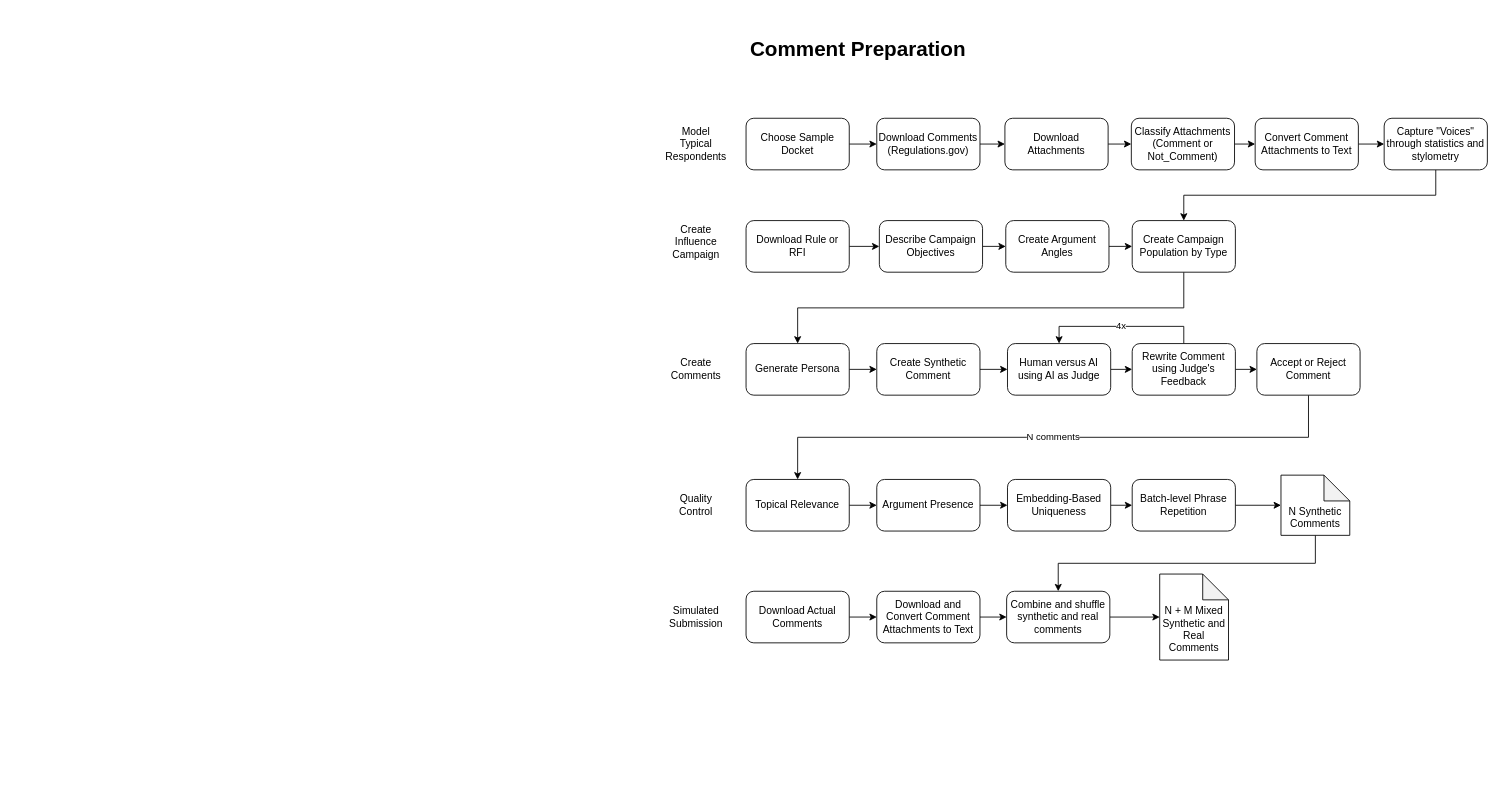
markkramerus/slop keeps this draw.io diagram as comment generation process.drawio. Above is the earlier version. Source tidied: cells renumbered, new cells numbered last; positions are measured from the earlier drawing's top-left corner, leaving out a move shared by most shapes. Both pictures are drawn from the tidied source at 86%, with x=0, y=0 at pixel (670, 32).
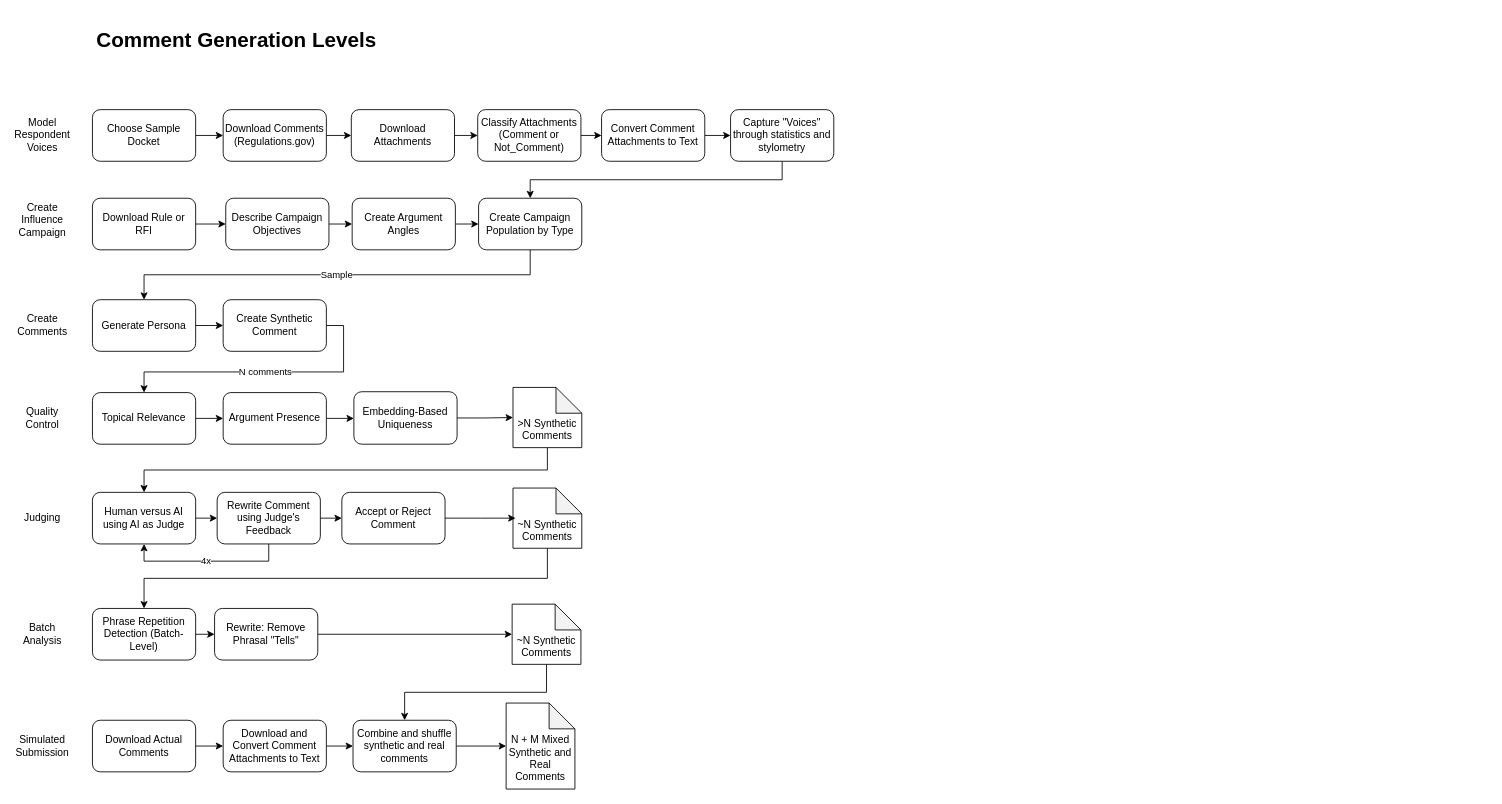
After the change.

What changed in the source:
```diff
@@
     <mxCell id="3" value="Choose Sample Docket" style="rounded=1;whiteSpace=wrap;html=1;" parent="1" vertex="1">
-      <mxGeometry x="88" y="100" width="120" height="60" as="geometry" />
+      <mxGeometry x="-672" y="90" width="120" height="60" as="geometry" />
     </mxCell>
@@
     <mxCell id="5" value="Download Comments (Regulations.gov)" style="rounded=1;whiteSpace=wrap;html=1;" parent="1" vertex="1">
-      <mxGeometry x="240" y="100" width="120" height="60" as="geometry" />
+      <mxGeometry x="-520" y="90" width="120" height="60" as="geometry" />
     </mxCell>
@@
     <mxCell id="7" value="Download Attachments" style="rounded=1;whiteSpace=wrap;html=1;" parent="1" vertex="1">
-      <mxGeometry x="389" y="100" width="120" height="60" as="geometry" />
+      <mxGeometry x="-371" y="90" width="120" height="60" as="geometry" />
     </mxCell>
@@
     <mxCell id="9" value="Classify Attachments (Comment or Not_Comment)" style="rounded=1;whiteSpace=wrap;html=1;" parent="1" vertex="1">
-      <mxGeometry x="536" y="100" width="120" height="60" as="geometry" />
+      <mxGeometry x="-224" y="90" width="120" height="60" as="geometry" />
     </mxCell>
@@
     <mxCell id="11" value="Convert Comment Attachments to Text" style="rounded=1;whiteSpace=wrap;html=1;" parent="1" vertex="1">
-      <mxGeometry x="680" y="100" width="120" height="60" as="geometry" />
+      <mxGeometry x="-80" y="90" width="120" height="60" as="geometry" />
     </mxCell>
@@
     <mxCell id="13" value="Capture &quot;Voices&quot; through statistics and stylometry" style="rounded=1;whiteSpace=wrap;html=1;" parent="1" vertex="1">
-      <mxGeometry x="830" y="100" width="120" height="60" as="geometry" />
+      <mxGeometry x="70" y="90" width="120" height="60" as="geometry" />
     </mxCell>
@@
     <mxCell id="15" value="Create Argument Angles" style="rounded=1;whiteSpace=wrap;html=1;" parent="1" vertex="1">
-      <mxGeometry x="390" y="219" width="120" height="60" as="geometry" />
+      <mxGeometry x="-370" y="193" width="120" height="60" as="geometry" />
     </mxCell>
-    <mxCell id="16" style="edgeStyle=orthogonalEdgeStyle;rounded=0;jettySize=auto;html=1;exitX=1;exitY=0.5;exitDx=0;exitDy=0;entryX=0;entryY=0.5;entryDx=0;entryDy=0;" parent="1" edge="1" source="17" target="32">
-      <mxGeometry relative="1" as="geometry" />
-    </mxCell>
     <mxCell id="17" value="Create Synthetic Comment" style="rounded=1;whiteSpace=wrap;html=1;" parent="1" vertex="1">
-      <mxGeometry x="240" y="362" width="120" height="60" as="geometry" />
+      <mxGeometry x="-520" y="311" width="120" height="60" as="geometry" />
     </mxCell>
-    <mxCell id="18" value="4x" style="edgeStyle=orthogonalEdgeStyle;rounded=0;jettySize=auto;html=1;exitX=0.5;exitY=0;exitDx=0;exitDy=0;entryX=0.5;entryY=0;entryDx=0;entryDy=0;" parent="1" edge="1" source="20" target="32">
+    <mxCell id="18" value="4x" style="edgeStyle=orthogonalEdgeStyle;rounded=0;jettySize=auto;html=1;exitX=0.5;exitY=1;exitDx=0;exitDy=0;entryX=0.5;entryY=1;entryDx=0;entryDy=0;" parent="1" edge="1" source="20" target="32">
       <mxGeometry relative="1" as="geometry" />
     </mxCell>
@@
     <mxCell id="20" value="Rewrite Comment using Judge's Feedback" style="rounded=1;whiteSpace=wrap;html=1;" parent="1" vertex="1">
-      <mxGeometry x="537" y="362" width="120" height="60" as="geometry" />
+      <mxGeometry x="-527" y="535" width="120" height="60" as="geometry" />
     </mxCell>
     <mxCell id="21" value="Create Comments" style="text;html=1;strokeColor=none;fillColor=none;align=center;verticalAlign=middle;whiteSpace=wrap;rounded=0;" parent="1" vertex="1">
-      <mxGeometry y="377" width="60" height="30" as="geometry" />
+      <mxGeometry x="-760" y="326" width="60" height="30" as="geometry" />
     </mxCell>
-    <mxCell id="22" value="Model Typical Respondents" style="text;html=1;strokeColor=none;fillColor=none;align=center;verticalAlign=middle;whiteSpace=wrap;rounded=0;" parent="1" vertex="1">
-      <mxGeometry y="115" width="60" height="30" as="geometry" />
+    <mxCell id="22" value="Model Respondent Voices" style="text;html=1;strokeColor=none;fillColor=none;align=center;verticalAlign=middle;whiteSpace=wrap;rounded=0;" parent="1" vertex="1">
+      <mxGeometry x="-760" y="105" width="60" height="30" as="geometry" />
     </mxCell>
@@
     <mxCell id="24" value="Download Actual Comments" style="rounded=1;whiteSpace=wrap;html=1;" parent="1" vertex="1">
-      <mxGeometry x="88" y="650" width="120" height="60" as="geometry" />
+      <mxGeometry x="-672" y="800" width="120" height="60" as="geometry" />
     </mxCell>
     <mxCell id="25" value="Simulated Submission" style="text;html=1;strokeColor=none;fillColor=none;align=center;verticalAlign=middle;whiteSpace=wrap;rounded=0;" parent="1" vertex="1">
-      <mxGeometry y="665" width="60" height="30" as="geometry" />
+      <mxGeometry x="-760" y="815" width="60" height="30" as="geometry" />
     </mxCell>
@@
     <mxCell id="27" value="Describe Campaign Objectives" style="rounded=1;whiteSpace=wrap;html=1;" parent="1" vertex="1">
-      <mxGeometry x="243" y="219" width="120" height="60" as="geometry" />
+      <mxGeometry x="-517" y="193" width="120" height="60" as="geometry" />
     </mxCell>
@@
     <mxCell id="29" value="Download Rule or RFI" style="rounded=1;whiteSpace=wrap;html=1;" parent="1" vertex="1">
-      <mxGeometry x="88" y="219" width="120" height="60" as="geometry" />
+      <mxGeometry x="-672" y="193" width="120" height="60" as="geometry" />
     </mxCell>
     <mxCell id="30" value="Create Influence Campaign" style="text;html=1;strokeColor=none;fillColor=none;align=center;verticalAlign=middle;whiteSpace=wrap;rounded=0;" parent="1" vertex="1">
-      <mxGeometry y="229" width="60" height="30" as="geometry" />
+      <mxGeometry x="-760" y="203" width="60" height="30" as="geometry" />
     </mxCell>
@@
     <mxCell id="32" value="Human versus AI using AI as Judge" style="rounded=1;whiteSpace=wrap;html=1;" parent="1" vertex="1">
-      <mxGeometry x="392" y="362" width="120" height="60" as="geometry" />
+      <mxGeometry x="-672" y="535" width="120" height="60" as="geometry" />
     </mxCell>
-    <mxCell id="33" value="N comments" style="edgeStyle=orthogonalEdgeStyle;rounded=0;jettySize=auto;html=1;exitX=0.5;exitY=1;exitDx=0;exitDy=0;entryX=0.5;entryY=0;entryDx=0;entryDy=0;" parent="1" edge="1" source="34" target="36">
+    <mxCell id="33" value="N comments" style="edgeStyle=orthogonalEdgeStyle;rounded=0;jettySize=auto;html=1;exitX=1;exitY=0.5;exitDx=0;exitDy=0;entryX=0.5;entryY=0;entryDx=0;entryDy=0;" parent="1" edge="1" source="17" target="36">
       <mxGeometry relative="1" as="geometry" />
     </mxCell>
     <mxCell id="34" value="Accept or Reject Comment" style="rounded=1;whiteSpace=wrap;html=1;" parent="1" vertex="1">
-      <mxGeometry x="682" y="362" width="120" height="60" as="geometry" />
+      <mxGeometry x="-382" y="535" width="120" height="60" as="geometry" />
     </mxCell>
@@
     <mxCell id="36" value="Topical Relevance" style="rounded=1;whiteSpace=wrap;html=1;" parent="1" vertex="1">
-      <mxGeometry x="88" y="520" width="120" height="60" as="geometry" />
+      <mxGeometry x="-672" y="419" width="120" height="60" as="geometry" />
     </mxCell>
@@
     <mxCell id="38" value="Download and Convert Comment Attachments to Text" style="rounded=1;whiteSpace=wrap;html=1;" parent="1" vertex="1">
-      <mxGeometry x="240" y="650" width="120" height="60" as="geometry" />
+      <mxGeometry x="-520" y="800" width="120" height="60" as="geometry" />
     </mxCell>
@@
     <mxCell id="40" value="Combine and shuffle synthetic and real comments" style="rounded=1;whiteSpace=wrap;html=1;" parent="1" vertex="1">
-      <mxGeometry x="391" y="650" width="120" height="60" as="geometry" />
+      <mxGeometry x="-369" y="800" width="120" height="60" as="geometry" />
     </mxCell>
-    <mxCell id="41" value="&lt;h1&gt;Comment Preparation&lt;/h1&gt;&lt;p&gt;&lt;/p&gt;" style="text;html=1;strokeColor=none;fillColor=none;spacing=5;spacingTop=-20;whiteSpace=wrap;overflow=hidden;rounded=0;" parent="1" vertex="1">
-      <mxGeometry x="88" width="372" height="40" as="geometry" />
+    <mxCell id="41" value="&lt;h1&gt;Comment Generation Levels&lt;/h1&gt;&lt;p&gt;&lt;/p&gt;" style="text;html=1;strokeColor=none;fillColor=none;spacing=5;spacingTop=-20;whiteSpace=wrap;overflow=hidden;rounded=0;" parent="1" vertex="1">
+      <mxGeometry x="-672" y="-10" width="372" height="40" as="geometry" />
     </mxCell>
-    <mxCell id="42" style="edgeStyle=orthogonalEdgeStyle;rounded=0;jettySize=auto;html=1;exitX=0.5;exitY=1;exitDx=0;exitDy=0;exitPerimeter=0;entryX=0.5;entryY=0;entryDx=0;entryDy=0;" parent="1" edge="1" source="43" target="40">
+    <mxCell id="42" style="edgeStyle=orthogonalEdgeStyle;rounded=0;jettySize=auto;html=1;exitX=0.5;exitY=1;exitDx=0;exitDy=0;exitPerimeter=0;entryX=0.5;entryY=0;entryDx=0;entryDy=0;" parent="1" edge="1" source="43" target="32">
       <mxGeometry relative="1" as="geometry" />
     </mxCell>
-    <mxCell id="43" value="&lt;br&gt;&lt;br&gt;N Synthetic Comments" style="shape=note;whiteSpace=wrap;html=1;backgroundOutline=1;darkOpacity=0.05;" parent="1" vertex="1">
-      <mxGeometry x="710" y="515" width="80" height="70" as="geometry" />
+    <mxCell id="43" value="&lt;br&gt;&lt;br&gt;&amp;gt;N Synthetic Comments" style="shape=note;whiteSpace=wrap;html=1;backgroundOutline=1;darkOpacity=0.05;" parent="1" vertex="1">
+      <mxGeometry x="-183" y="413" width="80" height="70" as="geometry" />
     </mxCell>
     <mxCell id="44" value="&lt;br&gt;&lt;br&gt;N + M Mixed Synthetic and Real Comments" style="shape=note;whiteSpace=wrap;html=1;backgroundOutline=1;darkOpacity=0.05;" parent="1" vertex="1">
-      <mxGeometry x="569" y="630" width="80" height="100" as="geometry" />
+      <mxGeometry x="-191" y="780" width="80" height="100" as="geometry" />
     </mxCell>
-    <mxCell id="45" style="edgeStyle=orthogonalEdgeStyle;rounded=0;jettySize=auto;html=1;exitX=0.5;exitY=1;exitDx=0;exitDy=0;entryX=0.5;entryY=0;entryDx=0;entryDy=0;" parent="1" edge="1" source="46" target="48">
+    <mxCell id="45" value="Sample" style="edgeStyle=orthogonalEdgeStyle;rounded=0;jettySize=auto;html=1;exitX=0.5;exitY=1;exitDx=0;exitDy=0;entryX=0.5;entryY=0;entryDx=0;entryDy=0;" parent="1" edge="1" source="46" target="48">
       <mxGeometry relative="1" as="geometry" />
     </mxCell>
     <mxCell id="46" value="Create Campaign Population by Type" style="rounded=1;whiteSpace=wrap;html=1;" parent="1" vertex="1">
-      <mxGeometry x="537" y="219" width="120" height="60" as="geometry" />
+      <mxGeometry x="-223" y="193" width="120" height="60" as="geometry" />
     </mxCell>
@@
     <mxCell id="48" value="Generate Persona" style="rounded=1;whiteSpace=wrap;html=1;" parent="1" vertex="1">
-      <mxGeometry x="88" y="362" width="120" height="60" as="geometry" />
+      <mxGeometry x="-672" y="311" width="120" height="60" as="geometry" />
     </mxCell>
     <mxCell id="49" value="Quality Control" style="text;html=1;strokeColor=none;fillColor=none;align=center;verticalAlign=middle;whiteSpace=wrap;rounded=0;" parent="1" vertex="1">
-      <mxGeometry y="535" width="60" height="30" as="geometry" />
+      <mxGeometry x="-760" y="434" width="60" height="30" as="geometry" />
     </mxCell>
@@
     <mxCell id="51" value="Argument Presence" style="rounded=1;whiteSpace=wrap;html=1;" parent="1" vertex="1">
-      <mxGeometry x="240" y="520" width="120" height="60" as="geometry" />
+      <mxGeometry x="-520" y="419" width="120" height="60" as="geometry" />
     </mxCell>
-    <mxCell id="52" style="edgeStyle=orthogonalEdgeStyle;rounded=0;jettySize=auto;html=1;exitX=1;exitY=0.5;exitDx=0;exitDy=0;entryX=0;entryY=0.5;entryDx=0;entryDy=0;entryPerimeter=0;" parent="1" edge="1" source="53" target="43">
+    <mxCell id="52" style="edgeStyle=orthogonalEdgeStyle;rounded=0;jettySize=auto;html=1;exitX=1;exitY=0.5;exitDx=0;exitDy=0;entryX=0;entryY=0.5;entryDx=0;entryDy=0;entryPerimeter=0;" parent="1" edge="1" source="55" target="43">
       <mxGeometry relative="1" as="geometry" />
     </mxCell>
+    <mxCell id="56" style="edgeStyle=orthogonalEdgeStyle;rounded=0;jettySize=auto;html=1;exitX=1;exitY=0.5;exitDx=0;exitDy=0;entryX=0;entryY=0.5;entryDx=0;entryDy=0;" parent="1" edge="1" source="53" target="59">
+      <mxGeometry relative="1" as="geometry" />
+    </mxCell>
-    <mxCell id="53" value="Batch-level Phrase Repetition" style="rounded=1;whiteSpace=wrap;html=1;" parent="1" vertex="1">
-      <mxGeometry x="537" y="520" width="120" height="60" as="geometry" />
+    <mxCell id="53" value="Phrase Repetition Detection (Batch-Level)" style="rounded=1;whiteSpace=wrap;html=1;" parent="1" vertex="1">
+      <mxGeometry x="-672" y="670" width="120" height="60" as="geometry" />
     </mxCell>
-    <mxCell id="54" style="edgeStyle=orthogonalEdgeStyle;rounded=0;jettySize=auto;html=1;exitX=1;exitY=0.5;exitDx=0;exitDy=0;entryX=0;entryY=0.5;entryDx=0;entryDy=0;" parent="1" edge="1" source="55" target="53">
-      <mxGeometry relative="1" as="geometry" />
-    </mxCell>
     <mxCell id="55" value="Embedding-Based Uniqueness" style="rounded=1;whiteSpace=wrap;html=1;" parent="1" vertex="1">
-      <mxGeometry x="392" y="520" width="120" height="60" as="geometry" />
+      <mxGeometry x="-368" y="418" width="120" height="61" as="geometry" />
     </mxCell>
+    <mxCell id="57" value="Judging" style="text;html=1;strokeColor=none;fillColor=none;align=center;verticalAlign=middle;whiteSpace=wrap;rounded=0;" parent="1" vertex="1">
+      <mxGeometry x="-760" y="550" width="60" height="30" as="geometry" />
+    </mxCell>
+    <mxCell id="58" style="edgeStyle=orthogonalEdgeStyle;rounded=0;jettySize=auto;html=1;exitX=1;exitY=0.5;exitDx=0;exitDy=0;entryX=0;entryY=0.5;entryDx=0;entryDy=0;entryPerimeter=0;" parent="1" edge="1" source="59" target="64">
+      <mxGeometry relative="1" as="geometry" />
+    </mxCell>
+    <mxCell id="59" value="Rewrite: Remove Phrasal &quot;Tells&quot;" style="rounded=1;whiteSpace=wrap;html=1;" parent="1" vertex="1">
+      <mxGeometry x="-530" y="670" width="120" height="60" as="geometry" />
+    </mxCell>
+    <mxCell id="60" style="edgeStyle=orthogonalEdgeStyle;rounded=0;jettySize=auto;html=1;exitX=0.5;exitY=1;exitDx=0;exitDy=0;exitPerimeter=0;" parent="1" edge="1" source="61" target="53">
+      <mxGeometry relative="1" as="geometry" />
+    </mxCell>
+    <mxCell id="61" value="&lt;br&gt;&lt;br&gt;~N Synthetic Comments" style="shape=note;whiteSpace=wrap;html=1;backgroundOutline=1;darkOpacity=0.05;" parent="1" vertex="1">
+      <mxGeometry x="-183" y="530" width="80" height="70" as="geometry" />
+    </mxCell>
+    <mxCell id="62" style="edgeStyle=orthogonalEdgeStyle;rounded=0;jettySize=auto;html=1;exitX=1;exitY=0.5;exitDx=0;exitDy=0;" parent="1" edge="1" source="34">
+      <mxGeometry relative="1" as="geometry">
+        <mxPoint x="-180" y="565" as="targetPoint" />
+      </mxGeometry>
+    </mxCell>
+    <mxCell id="63" style="edgeStyle=orthogonalEdgeStyle;rounded=0;jettySize=auto;html=1;exitX=0.5;exitY=1;exitDx=0;exitDy=0;exitPerimeter=0;entryX=0.5;entryY=0;entryDx=0;entryDy=0;" parent="1" edge="1" source="64" target="40">
+      <mxGeometry relative="1" as="geometry" />
+    </mxCell>
+    <mxCell id="64" value="&lt;br&gt;&lt;br&gt;~N Synthetic Comments" style="shape=note;whiteSpace=wrap;html=1;backgroundOutline=1;darkOpacity=0.05;" parent="1" vertex="1">
+      <mxGeometry x="-184" y="665" width="80" height="70" as="geometry" />
+    </mxCell>
+    <mxCell id="65" value="Batch Analysis" style="text;html=1;strokeColor=none;fillColor=none;align=center;verticalAlign=middle;whiteSpace=wrap;rounded=0;" parent="1" vertex="1">
+      <mxGeometry x="-760" y="685" width="60" height="30" as="geometry" />
+    </mxCell>
```
